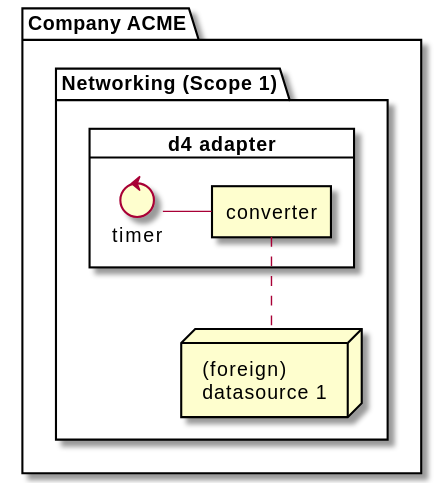
Earlier version of the PlantUML export docs/deployment/plantuml/pictures/compay_acme_min03.svg (smart-energy-di/d4).
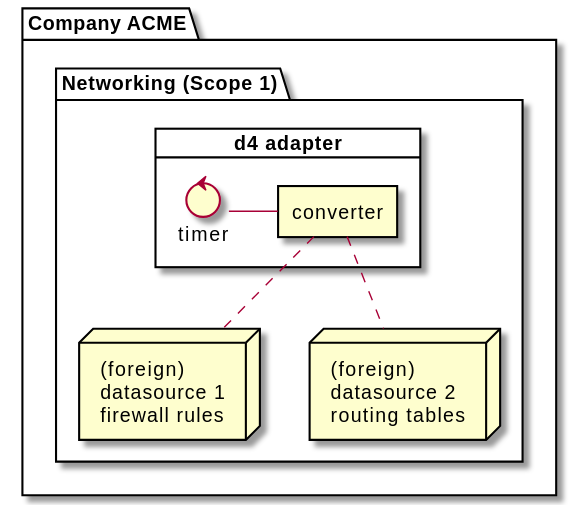
Above is the later version.

What changed in the source:
```diff
@@ -2,7 +2,7 @@
 !include include/d4_inc_scope.puml
 
 package ca as "Company ACME" {
-    $d4scope(ca, scp1, "Networking (Scope 1)", $show_ds1=true, $show_ds2=false, $show_ds3=false, $show_rproxy=false, $show_cache=false, $show_ui=false, $show_adpt=true)
+    $d4scope(ca, scp1, "Networking (Scope 1)", $show_ds1=true, $show_ds2=true, $show_ds3=false, $show_rproxy=false, $show_cache=false, $show_ui=false, $show_adpt=true)
 }
 
 @enduml
```
